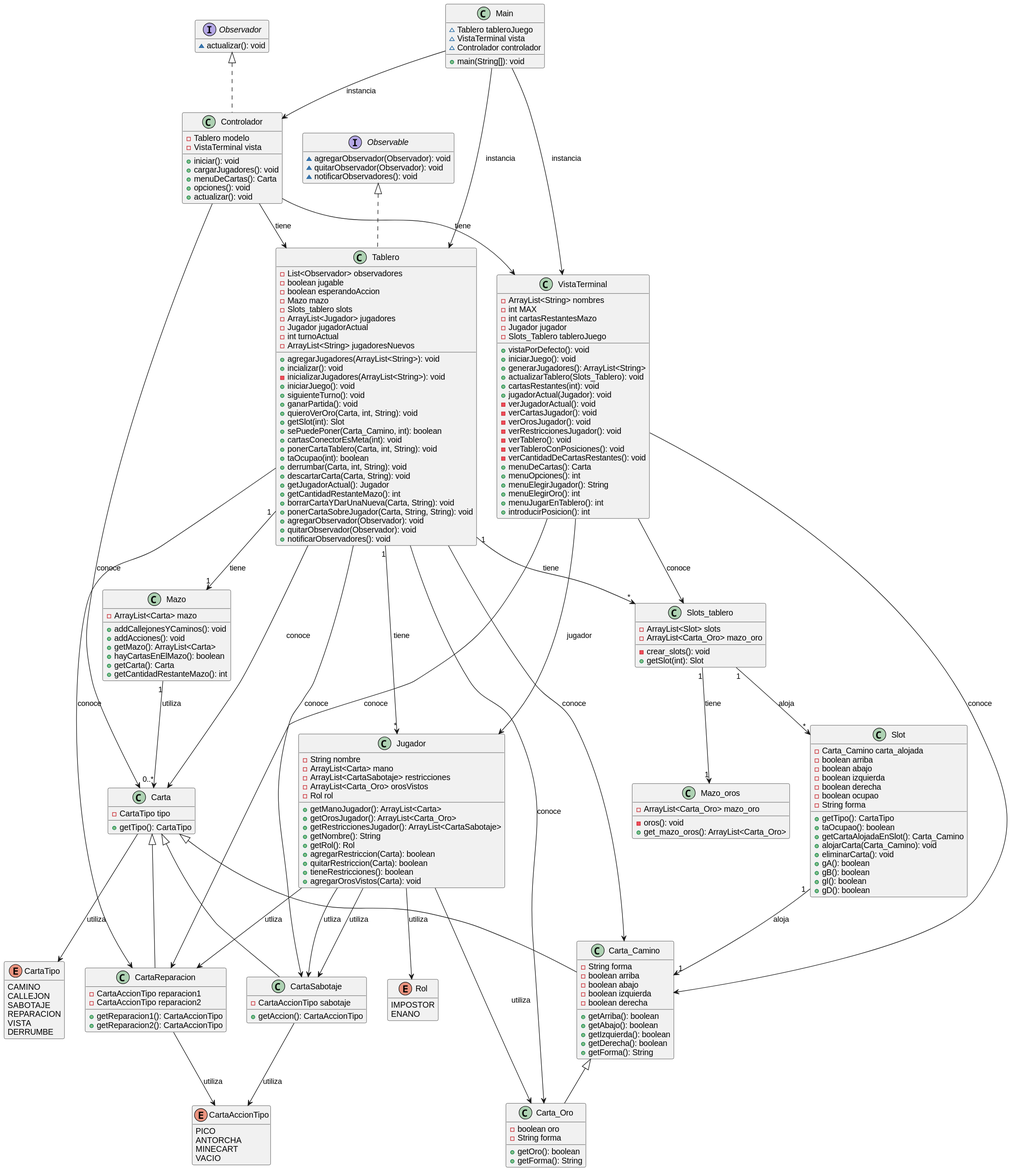
The PlantUML diagram UML/plantuml_output.svg in Juanchumu/saboteadores, before a commit.
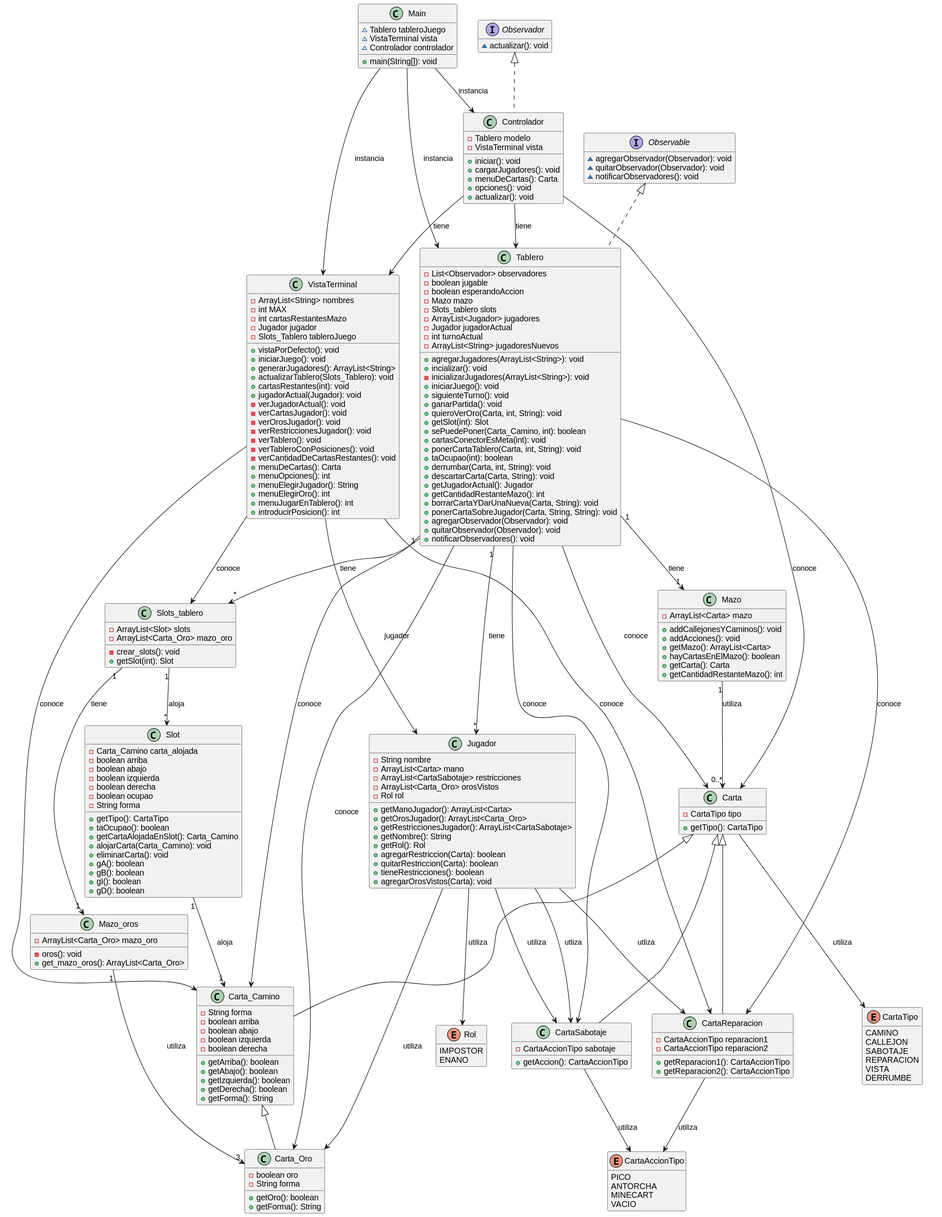
After the change.

Commit message:
uml check

Diff of the diagram source:
```diff
@@ -227,6 +227,7 @@
 VistaTerminal --> Carta_Camino : conoce
 VistaTerminal --> CartaReparacion : conoce
 Mazo "1" --> "0..*"  Carta : utiliza
+Mazo_oros "1" --> "3"  Carta_Oro : utiliza
 Carta --> CartaTipo : utiliza
 CartaReparacion --> CartaAccionTipo : utiliza
 CartaSabotaje --> CartaAccionTipo : utiliza
```
